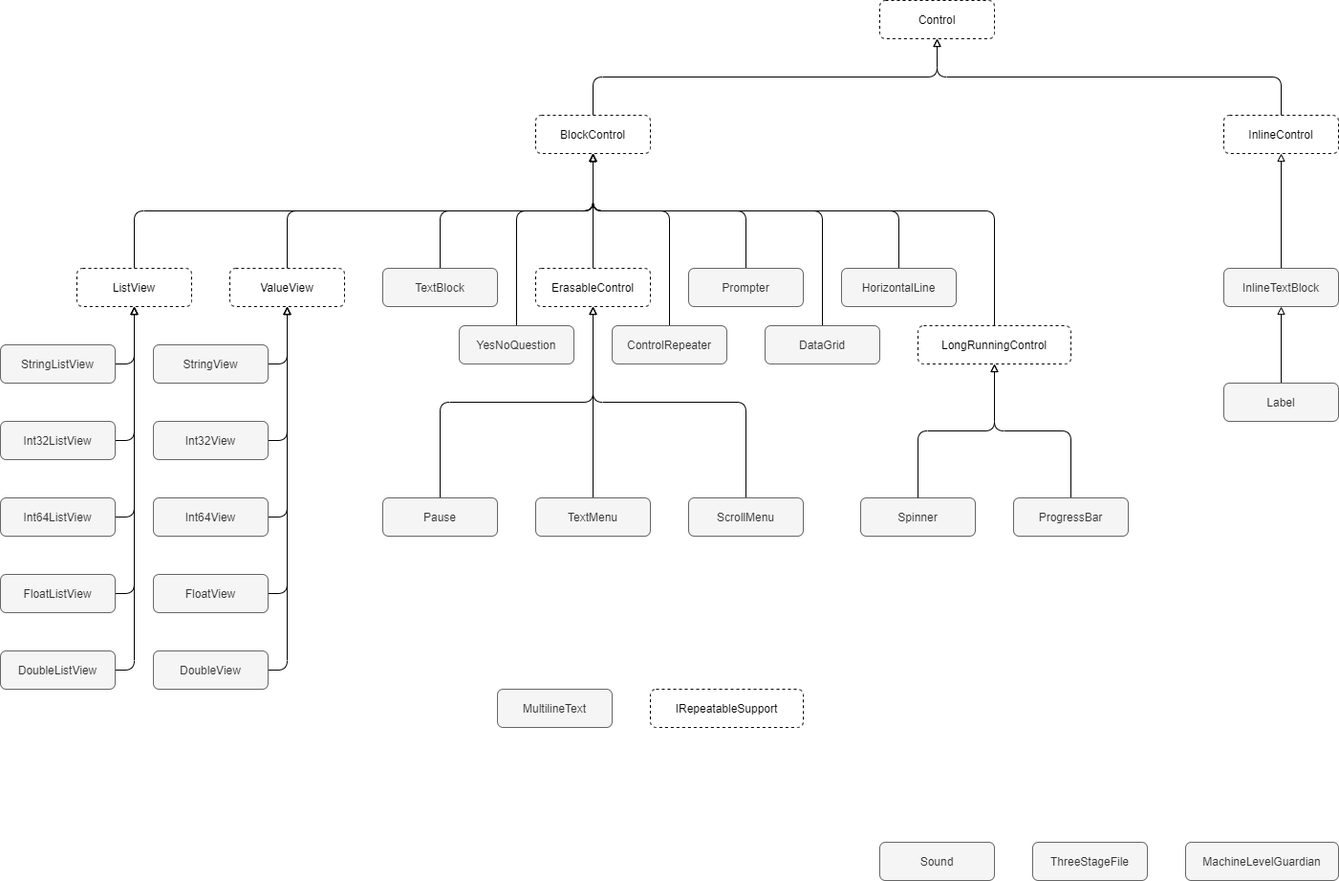
Above: doc/controls.drawio.png in lastunicorn/ConsoleTools (draw.io), before the change. Source tidied: cells renumbered, new cells last; positions are measured from the earlier drawing's top-left corner, leaving out a move shared by most shapes.
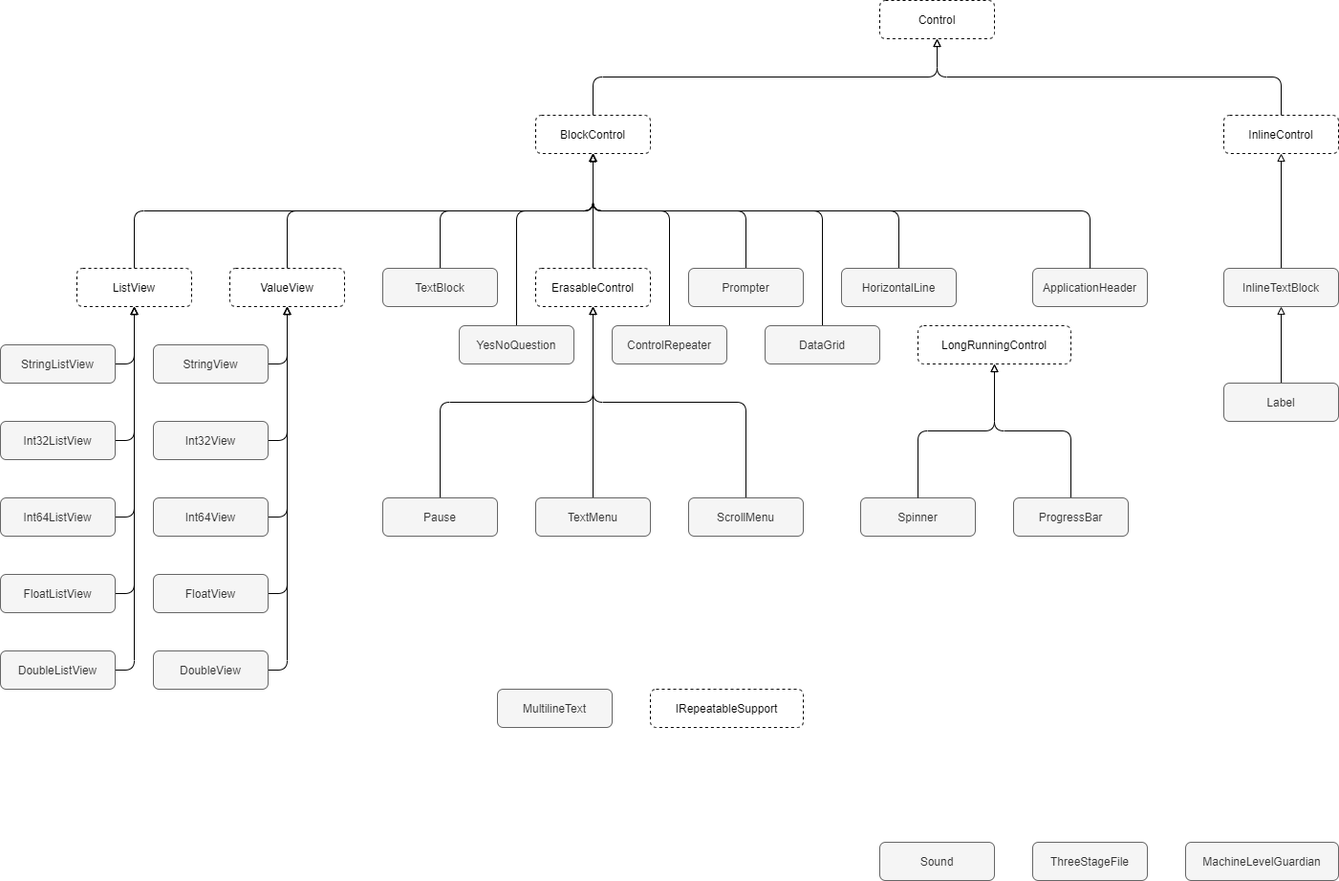
Later version of the same file.

Diff of the diagram source:
```diff
@@ -118,14 +118,6 @@
     <mxCell id="33" value="HorizontalLine" style="rounded=1;whiteSpace=wrap;html=1;points=[&#10;[0,0],[0.125,0],[0.25,0],[0.375,0],[0.5,0],[0.625,0],[0.75,0],[0.875,0],&#10;[1,0],[1,0.125],[1,0.25],[1,0.375],[1,0.5],[1,0.625],[1,0.75],[1,0.875],&#10;[1,1],[0.875,1],[0.75,1],[0.625,1],[0.5,1],[0.375,1],[0.25,1],[0.125,1],&#10;[0,1],[0,0.875],[0,0.75],[0,0.625],[0,0.5],[0,0.375],[0,0.25],[0,0.125]&#10;];fillColor=#f5f5f5;strokeColor=#666666;fontColor=#333333;" parent="1" vertex="1">
       <mxGeometry x="880" y="280" width="120" height="40" as="geometry" />
     </mxCell>
-    <mxCell id="34" style="edgeStyle=orthogonalEdgeStyle;rounded=1;jettySize=auto;html=1;exitX=0.5;exitY=0;exitDx=0;exitDy=0;entryX=0.5;entryY=1;entryDx=0;entryDy=0;endArrow=block;endFill=0;" parent="1" edge="1" source="64" target="4">
-      <mxGeometry relative="1" as="geometry">
-        <Array as="points">
-          <mxPoint x="1040" y="220" />
-          <mxPoint x="620" y="220" />
-        </Array>
-      </mxGeometry>
-    </mxCell>
     <mxCell id="35" style="edgeStyle=orthogonalEdgeStyle;rounded=1;jettySize=auto;html=1;exitX=0.5;exitY=0;exitDx=0;exitDy=0;entryX=0.5;entryY=1;entryDx=0;entryDy=0;endArrow=block;endFill=0;" parent="1" edge="1" source="36" target="4">
       <mxGeometry relative="1" as="geometry" />
     </mxCell>
@@ -219,5 +211,11 @@
     <mxCell id="65" style="edgeStyle=orthogonalEdgeStyle;rounded=1;jettySize=auto;html=1;exitX=0.5;exitY=0;exitDx=0;exitDy=0;endArrow=block;endFill=0;" parent="1" edge="1" source="13" target="64">
       <mxGeometry relative="1" as="geometry" />
     </mxCell>
+    <mxCell id="66" value="ApplicationHeader" style="rounded=1;whiteSpace=wrap;html=1;points=[&#10;[0,0],[0.125,0],[0.25,0],[0.375,0],[0.5,0],[0.625,0],[0.75,0],[0.875,0],&#10;[1,0],[1,0.125],[1,0.25],[1,0.375],[1,0.5],[1,0.625],[1,0.75],[1,0.875],&#10;[1,1],[0.875,1],[0.75,1],[0.625,1],[0.5,1],[0.375,1],[0.25,1],[0.125,1],&#10;[0,1],[0,0.875],[0,0.75],[0,0.625],[0,0.5],[0,0.375],[0,0.25],[0,0.125]&#10;];fillColor=#f5f5f5;strokeColor=#666666;fontColor=#333333;" parent="1" vertex="1">
+      <mxGeometry x="1080" y="280" width="120" height="40" as="geometry" />
+    </mxCell>
+    <mxCell id="67" style="edgeStyle=orthogonalEdgeStyle;rounded=1;jettySize=auto;html=1;exitX=0.5;exitY=0;exitDx=0;exitDy=0;entryX=0.5;entryY=1;entryDx=0;entryDy=0;endArrow=block;endFill=0;" parent="1" edge="1" source="66" target="4">
+      <mxGeometry relative="1" as="geometry" />
+    </mxCell>
   </root>
 </mxGraphModel>
```
